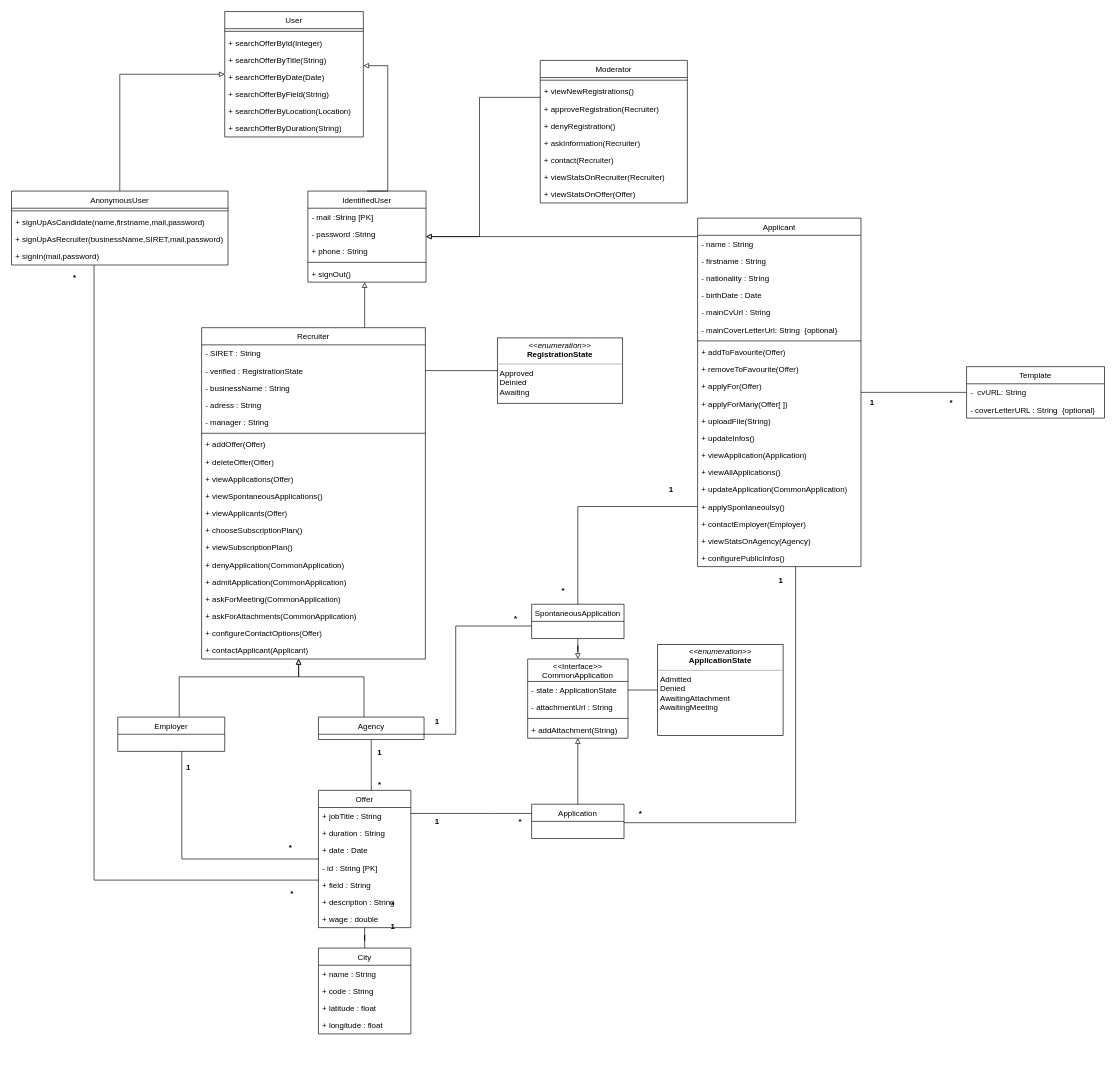
Earlier version of the draw.io diagram UML.drawio (Papittson/JobRetriever). Source tidied: cells renumbered, new cells numbered last; positions are measured from the earlier drawing's top-left corner, leaving out a move shared by most shapes. Both pictures are drawn from the tidied source at 66%, with x=0, y=0 at pixel (11, 11).
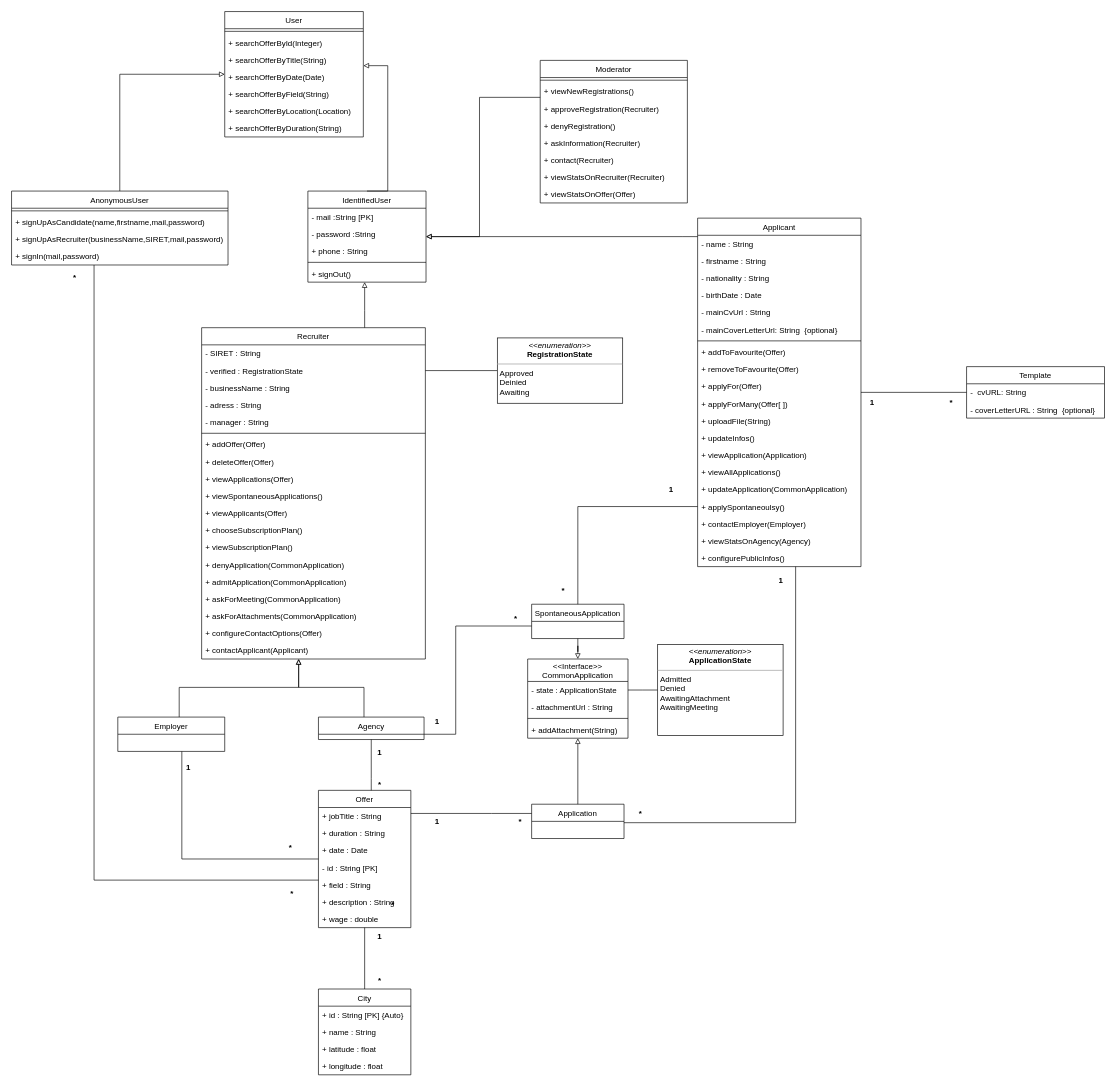
Above is the later version.

Unchanged cells that the change refers to:
```xml
<mxCell id="18" value="Agency" style="swimlane;fontStyle=0;horizontal=1;startSize=26;fillColor=none;" parent="1" vertex="1">
  <mxGeometry x="465" y="1069" width="160" height="34" as="geometry" />
</mxCell>
<mxCell id="21" value="Employer" style="swimlane;fontStyle=0;horizontal=1;startSize=26;fillColor=none;" parent="1" vertex="1">
  <mxGeometry x="161" y="1069" width="162" height="52" as="geometry" />
</mxCell>
<mxCell id="73" value="Recruiter" style="swimlane;fontStyle=0;horizontal=1;startSize=26;fillColor=none;" parent="1" vertex="1">
  <mxGeometry x="288" y="479" width="339" height="502" as="geometry" />
</mxCell>
```

The edit, as a diff of the source:
```diff
@@
     <mxCell id="11" value="City" style="swimlane;fontStyle=0;horizontal=1;startSize=26;fillColor=none;" parent="1" vertex="1">
-      <mxGeometry x="465" y="1419" width="140" height="130" as="geometry" />
+      <mxGeometry x="465" y="1481" width="140" height="130" as="geometry" />
     </mxCell>
+    <mxCell id="13" value="+ id : String [PK] {Auto}" style="text;strokeColor=none;fillColor=none;align=left;verticalAlign=top;spacingLeft=4;spacingRight=4;overflow=hidden;" parent="11" vertex="1">
+      <mxGeometry y="26" width="140" height="26" as="geometry" />
+    </mxCell>
     <mxCell id="12" value="+ name : String" style="text;strokeColor=none;fillColor=none;align=left;verticalAlign=top;spacingLeft=4;spacingRight=4;overflow=hidden;" parent="11" vertex="1">
-      <mxGeometry y="26" width="140" height="26" as="geometry" />
+      <mxGeometry y="52" width="140" height="26" as="geometry" />
     </mxCell>
-    <mxCell id="13" value="+ code : String" style="text;strokeColor=none;fillColor=none;align=left;verticalAlign=top;spacingLeft=4;spacingRight=4;overflow=hidden;" parent="11" vertex="1">
-      <mxGeometry y="52" width="140" height="26" as="geometry" />
-    </mxCell>
@@
     <mxCell id="16" style="edgeStyle=orthogonalEdgeStyle;rounded=0;jettySize=auto;html=1;endArrow=block;endFill=0;" parent="1" edge="1" source="18" target="73">
       <mxGeometry relative="1" as="geometry">
         <Array as="points">
-          <mxPoint x="534" y="1008" />
-          <mxPoint x="435" y="1008" />
+          <mxPoint x="534" y="1024" />
+          <mxPoint x="435" y="1024" />
         </Array>
       </mxGeometry>
     </mxCell>
@@
     <mxCell id="19" style="edgeStyle=orthogonalEdgeStyle;rounded=0;jettySize=auto;html=1;endArrow=block;endFill=0;" parent="1" edge="1" source="21" target="73">
       <mxGeometry relative="1" as="geometry">
         <Array as="points">
-          <mxPoint x="254" y="1008" />
-          <mxPoint x="435" y="1008" />
+          <mxPoint x="254" y="1024" />
+          <mxPoint x="435" y="1024" />
         </Array>
       </mxGeometry>
     </mxCell>
@@
     <mxCell id="94" value="1" style="text;align=center;fontStyle=1;verticalAlign=middle;spacingLeft=3;spacingRight=3;strokeColor=none;" parent="1" vertex="1">
-      <mxGeometry x="538" y="1372" width="80" height="26" as="geometry" />
+      <mxGeometry x="518" y="1388" width="80" height="26" as="geometry" />
     </mxCell>
@@
+    <mxCell id="136" value="*" style="text;align=center;fontStyle=1;verticalAlign=middle;spacingLeft=3;spacingRight=3;strokeColor=none;" parent="1" vertex="1">
+      <mxGeometry x="518" y="1455" width="80" height="26" as="geometry" />
+    </mxCell>
```
